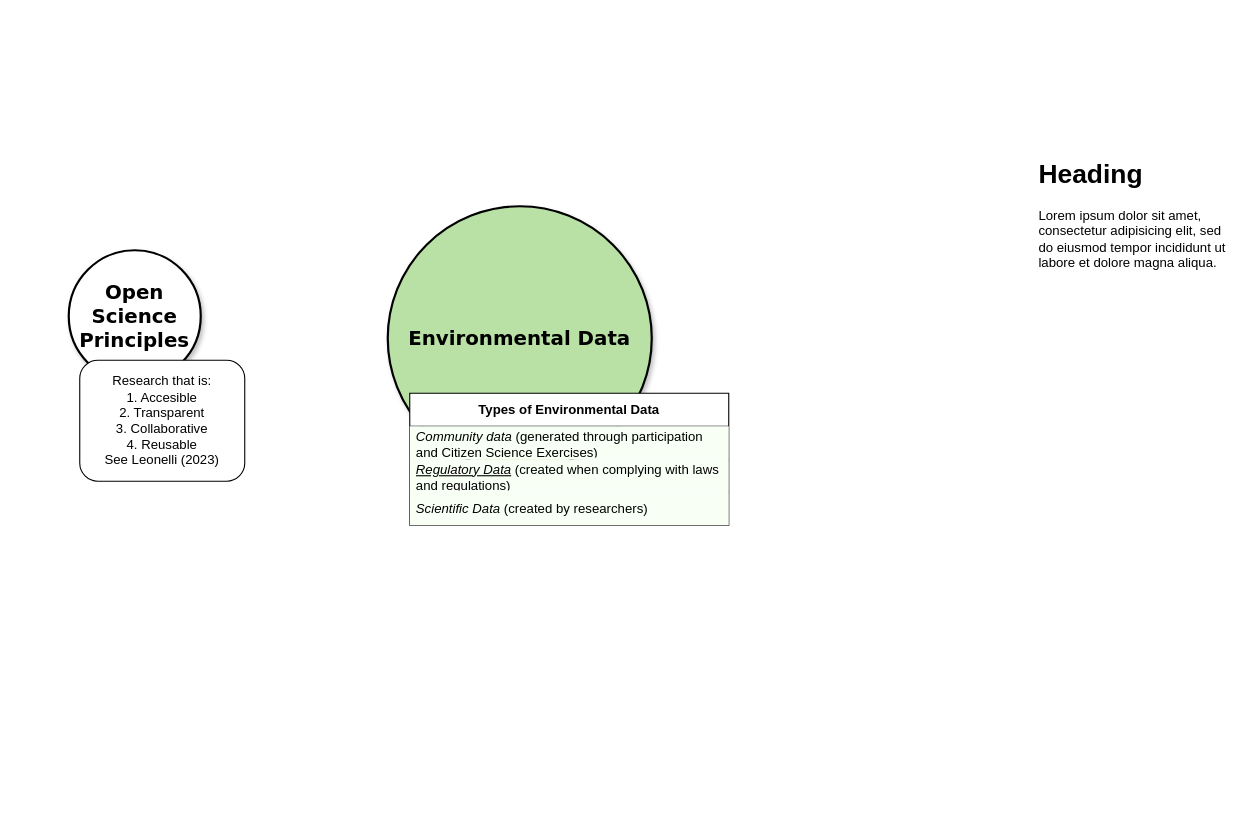
This is Untitled Diagram.drawio from GovernorUnfortunable/EDS_ND25, a draw.io file, before an edit. Source tidied: cells renumbered, new cells numbered last; positions are measured from the earlier drawing's top-left corner, leaving out a move shared by most shapes. Both pictures are drawn from the tidied source at 110%, with x=0, y=0 at pixel (68, 151).
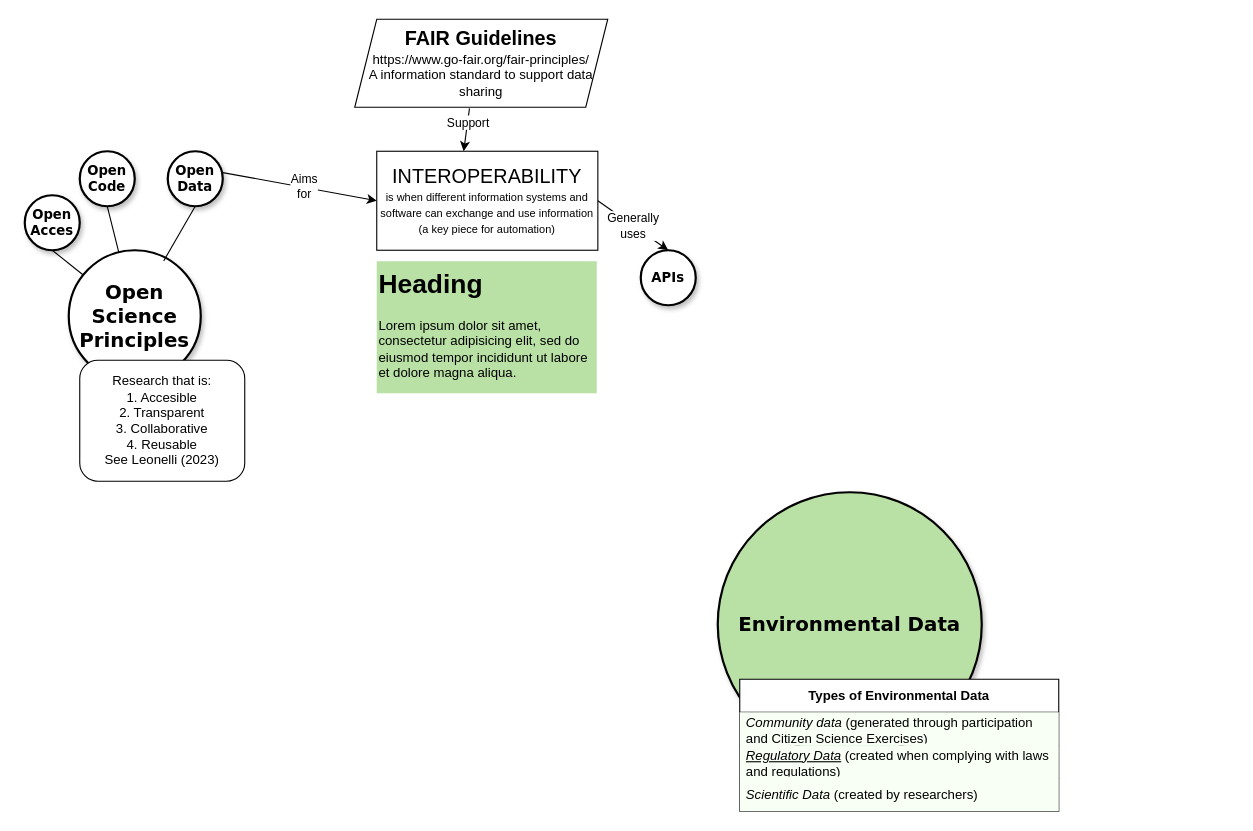
The same page after the edit.

What changed in the source:
```diff
@@
+    <mxCell id="3" value="&lt;b&gt;&lt;font style=&quot;font-size: 18px;&quot;&gt;Open Science Principles&lt;/font&gt;&lt;/b&gt;" style="ellipse;whiteSpace=wrap;html=1;rounded=1;shadow=1;comic=0;labelBackgroundColor=none;strokeWidth=2;fontFamily=Verdana;fontSize=12;align=center;" parent="1" vertex="1">
+      <mxGeometry y="90" width="120" height="120" as="geometry" />
+    </mxCell>
+    <mxCell id="9" value="&lt;h1 style=&quot;margin-top: 0px;&quot;&gt;Heading&lt;/h1&gt;&lt;p&gt;Lorem ipsum dolor sit amet, consectetur adipisicing elit, sed do eiusmod tempor incididunt ut labore et dolore magna aliqua.&lt;/p&gt;" style="text;html=1;whiteSpace=wrap;overflow=hidden;rounded=0;fillColor=#B9E0A5;" parent="1" vertex="1">
+      <mxGeometry x="280" y="100" width="200" height="120" as="geometry" />
+    </mxCell>
+    <mxCell id="10" value="Research that is: &lt;br&gt;1. Accesible&lt;br&gt;2. Transparent&lt;br&gt;3. Collaborative&lt;br&gt;4. Reusable &lt;br&gt;See Leonelli (2023)" style="rounded=1;whiteSpace=wrap;html=1;" parent="1" vertex="1">
+      <mxGeometry x="10" y="190" width="150" height="110" as="geometry" />
+    </mxCell>
+    <mxCell id="11" value="&lt;b&gt;Open Data&lt;/b&gt;" style="ellipse;whiteSpace=wrap;html=1;rounded=1;shadow=1;comic=0;labelBackgroundColor=none;strokeWidth=2;fontFamily=Verdana;fontSize=12;align=center;" parent="1" vertex="1">
+      <mxGeometry x="90" width="50" height="50" as="geometry" />
+    </mxCell>
+    <mxCell id="12" value="&lt;b&gt;Open Code&lt;/b&gt;" style="ellipse;whiteSpace=wrap;html=1;rounded=1;shadow=1;comic=0;labelBackgroundColor=none;strokeWidth=2;fontFamily=Verdana;fontSize=12;align=center;" parent="1" vertex="1">
+      <mxGeometry x="10" width="50" height="50" as="geometry" />
+    </mxCell>
+    <mxCell id="13" style="endArrow=none;html=1;rounded=0;entryX=0.5;entryY=1;entryDx=0;entryDy=0;" parent="1" edge="1" source="3" target="12">
+      <mxGeometry relative="1" as="geometry" />
+    </mxCell>
+    <mxCell id="14" style="endArrow=none;html=1;rounded=0;entryX=0.5;entryY=1;entryDx=0;entryDy=0;exitX=0.719;exitY=0.081;exitDx=0;exitDy=0;exitPerimeter=0;" parent="1" edge="1" source="3" target="11">
+      <mxGeometry relative="1" as="geometry" />
+    </mxCell>
+    <mxCell id="15" value="&lt;b&gt;Open Acces&lt;/b&gt;" style="ellipse;whiteSpace=wrap;html=1;rounded=1;shadow=1;comic=0;labelBackgroundColor=none;strokeWidth=2;fontFamily=Verdana;fontSize=12;align=center;" parent="1" vertex="1">
+      <mxGeometry x="-40" y="40" width="50" height="50" as="geometry" />
+    </mxCell>
+    <mxCell id="16" style="endArrow=none;html=1;rounded=0;entryX=0.5;entryY=1;entryDx=0;entryDy=0;" parent="1" edge="1" source="3" target="15">
+      <mxGeometry relative="1" as="geometry" />
+    </mxCell>
+    <mxCell id="17" style="endArrow=classic;html=1;rounded=0;entryX=0;entryY=0.5;entryDx=0;entryDy=0;" parent="1" edge="1" target="23">
+      <mxGeometry relative="1" as="geometry">
+        <mxPoint x="140" y="19.4" as="sourcePoint" />
+      </mxGeometry>
+    </mxCell>
+    <mxCell id="18" value="Aims&lt;br&gt;for" style="edgeLabel;html=1;align=center;verticalAlign=middle;" parent="17" vertex="1">
+      <mxGeometry x="0.06" y="1" relative="1" as="geometry" />
+    </mxCell>
+    <mxCell id="19" style="group;" parent="1" vertex="1">
+      <mxGeometry x="590" y="310" width="450" height="290" as="geometry" />
+    </mxCell>
-    <mxCell id="2" value="&lt;div&gt;&lt;font style=&quot;font-size: 18px;&quot;&gt;&lt;b&gt;Environmental Data&lt;/b&gt;&lt;/font&gt;&lt;/div&gt;" style="ellipse;whiteSpace=wrap;html=1;rounded=1;shadow=1;comic=0;labelBackgroundColor=none;strokeWidth=2;fontFamily=Verdana;fontSize=12;align=center;fillColor=#B9E0A5;" parent="1" vertex="1">
-      <mxGeometry x="290" y="50" width="240" height="240" as="geometry" />
+    <mxCell id="2" value="&lt;div&gt;&lt;font style=&quot;font-size: 18px;&quot;&gt;&lt;b&gt;Environmental Data&lt;/b&gt;&lt;/font&gt;&lt;/div&gt;" style="ellipse;whiteSpace=wrap;html=1;rounded=1;shadow=1;comic=0;labelBackgroundColor=none;strokeWidth=2;fontFamily=Verdana;fontSize=12;align=center;fillColor=#B9E0A5;" parent="19" vertex="1">
+      <mxGeometry width="240" height="240" as="geometry" />
     </mxCell>
-    <mxCell id="3" value="&lt;b&gt;&lt;font style=&quot;font-size: 18px;&quot;&gt;Open Science Principles&lt;/font&gt;&lt;/b&gt;" style="ellipse;whiteSpace=wrap;html=1;rounded=1;shadow=1;comic=0;labelBackgroundColor=none;strokeWidth=2;fontFamily=Verdana;fontSize=12;align=center;" parent="1" vertex="1">
-      <mxGeometry y="90" width="120" height="120" as="geometry" />
-    </mxCell>
-    <mxCell id="4" value="&lt;div&gt;&lt;br&gt;&lt;/div&gt;&lt;div&gt;&lt;br&gt;&lt;/div&gt;&lt;div&gt;&lt;br&gt;&lt;/div&gt;" style="text;html=1;align=center;verticalAlign=middle;strokeColor=none;fillColor=none;" parent="1" vertex="1">
-      <mxGeometry x="720" y="265" width="20" height="60" as="geometry" />
+    <mxCell id="4" value="&lt;div&gt;&lt;br&gt;&lt;/div&gt;&lt;div&gt;&lt;br&gt;&lt;/div&gt;&lt;div&gt;&lt;br&gt;&lt;/div&gt;" style="text;html=1;align=center;verticalAlign=middle;strokeColor=none;fillColor=none;" parent="19" vertex="1">
+      <mxGeometry x="430" y="215" width="20" height="60" as="geometry" />
     </mxCell>
-    <mxCell id="5" value="&lt;div&gt;&lt;b&gt;Types of Environmental Data&lt;/b&gt;&lt;/div&gt;" style="swimlane;fontStyle=0;horizontal=1;startSize=30;whiteSpace=wrap;html=1;" parent="1" vertex="1">
-      <mxGeometry x="310" y="220" width="290" height="120" as="geometry" />
+    <mxCell id="5" value="&lt;div&gt;&lt;b&gt;Types of Environmental Data&lt;/b&gt;&lt;/div&gt;" style="swimlane;fontStyle=0;horizontal=1;startSize=30;whiteSpace=wrap;html=1;" parent="19" vertex="1">
+      <mxGeometry x="20" y="170" width="290" height="120" as="geometry" />
     </mxCell>
@@
-    <mxCell id="9" value="&lt;h1 style=&quot;margin-top: 0px;&quot;&gt;Heading&lt;/h1&gt;&lt;p&gt;Lorem ipsum dolor sit amet, consectetur adipisicing elit, sed do eiusmod tempor incididunt ut labore et dolore magna aliqua.&lt;/p&gt;" style="text;html=1;whiteSpace=wrap;overflow=hidden;rounded=0;" parent="1" vertex="1">
-      <mxGeometry x="880" width="180" height="120" as="geometry" />
-    </mxCell>
-    <mxCell id="10" value="Research that is: &lt;br&gt;1. Accesible&lt;br&gt;2. Transparent&lt;br&gt;3. Collaborative&lt;br&gt;4. Reusable &lt;br&gt;See Leonelli (2023)" style="rounded=1;whiteSpace=wrap;html=1;" parent="1" vertex="1">
-      <mxGeometry x="10" y="190" width="150" height="110" as="geometry" />
-    </mxCell>
+    <mxCell id="20" style="endArrow=classic;html=1;rounded=0;exitX=0.562;exitY=1.014;exitDx=0;exitDy=0;exitPerimeter=0;" parent="1" edge="1">
+      <mxGeometry relative="1" as="geometry">
+        <mxPoint x="364.3" y="-39" as="sourcePoint" />
+        <mxPoint x="359" as="targetPoint" />
+      </mxGeometry>
+    </mxCell>
+    <mxCell id="21" value="Support" style="edgeLabel;html=1;align=center;verticalAlign=middle;" parent="20" vertex="1">
+      <mxGeometry x="-0.35" relative="1" as="geometry" />
+    </mxCell>
+    <mxCell id="22" value="&lt;div&gt;&lt;b&gt;&lt;font style=&quot;font-size: 18px;&quot;&gt;FAIR Guidelines&lt;/font&gt;&lt;br&gt;&lt;/b&gt;&lt;/div&gt;&lt;div&gt;https://www.go-fair.org/fair-principles/&lt;/div&gt;&lt;div&gt;A information standard to support data sharing&lt;/div&gt;" style="shape=parallelogram;perimeter=parallelogramPerimeter;whiteSpace=wrap;html=1;fixedSize=1;" parent="1" vertex="1">
+      <mxGeometry x="260" y="-120" width="230" height="80" as="geometry" />
+    </mxCell>
+    <mxCell id="23" value="&lt;font style=&quot;font-size: 18px;&quot;&gt;INTEROPERABILITY&lt;br&gt;&lt;/font&gt;&lt;font style=&quot;font-size: 10px;&quot;&gt;&lt;span&gt;&lt;span&gt;is when different information systems and software can exchange and use information (a key piece for automation)&lt;/span&gt;&lt;/span&gt;&lt;/font&gt;" style="rounded=0;whiteSpace=wrap;html=1;" parent="1" vertex="1">
+      <mxGeometry x="280" width="201" height="90" as="geometry" />
+    </mxCell>
+    <mxCell id="24" value="&lt;b&gt;APIs&lt;/b&gt;" style="ellipse;whiteSpace=wrap;html=1;rounded=1;shadow=1;comic=0;labelBackgroundColor=none;strokeWidth=2;fontFamily=Verdana;fontSize=12;align=center;" parent="1" vertex="1">
+      <mxGeometry x="520" y="90" width="50" height="50" as="geometry" />
+    </mxCell>
+    <mxCell id="25" style="endArrow=classic;html=1;rounded=0;exitX=1;exitY=0.5;exitDx=0;exitDy=0;entryX=0.5;entryY=0;entryDx=0;entryDy=0;" parent="1" edge="1" source="23" target="24">
+      <mxGeometry relative="1" as="geometry" />
+    </mxCell>
+    <mxCell id="26" value="&lt;div&gt;Generally&lt;/div&gt;&lt;div&gt;uses&lt;/div&gt;" style="edgeLabel;html=1;align=center;verticalAlign=middle;" parent="25" vertex="1">
+      <mxGeometry relative="1" as="geometry" />
+    </mxCell>
```
